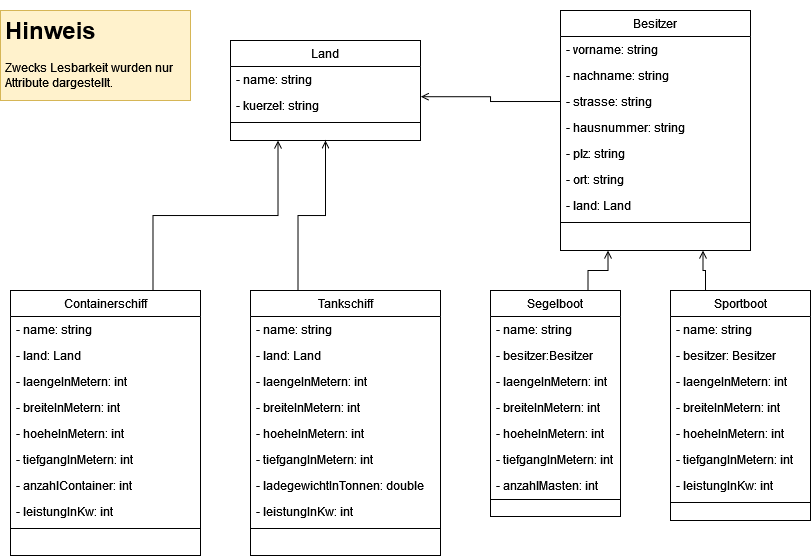
Above: UML-SchiffeUndBoote.drawio.png in gsoTH/iaf_SchiffeUndBoote (draw.io), before the change. Source tidied: cells renumbered, new cells last; positions are measured from the earlier drawing's top-left corner, leaving out a move shared by most shapes.
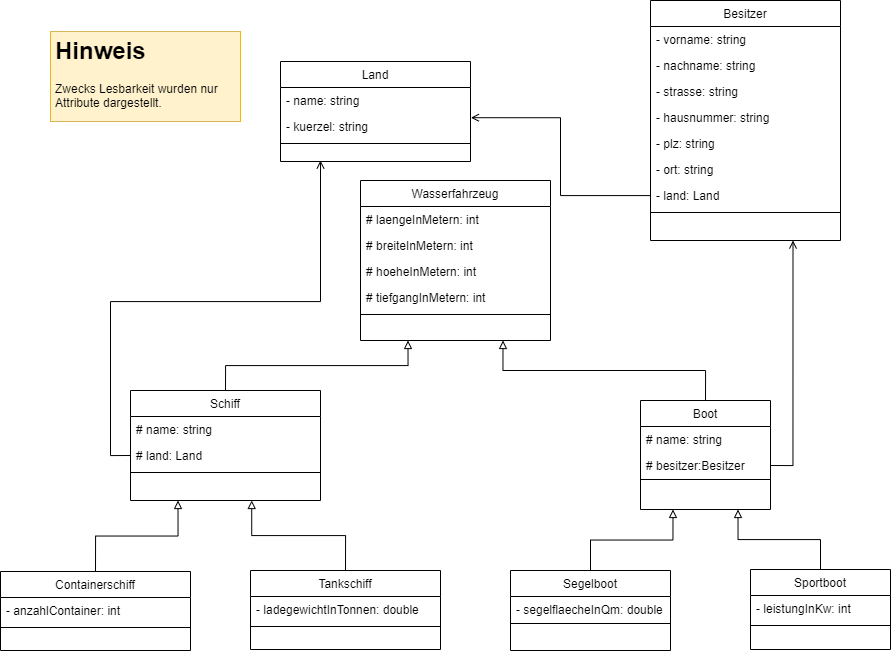
After the change.

Commit message:
Vererbung in UML nachgezogen

The edit, as a diff of the source:
```diff
@@ -2,131 +2,52 @@
   <root>
     <mxCell id="0" />
     <mxCell id="1" parent="0" />
-    <mxCell id="2" style="edgeStyle=orthogonalEdgeStyle;jettySize=auto;html=1;exitX=0.25;exitY=0;exitDx=0;exitDy=0;endArrow=open;endFill=0;rounded=0;entryX=0.5;entryY=1;entryDx=0;entryDy=0;" parent="1" edge="1" source="3" target="44">
-      <mxGeometry relative="1" as="geometry" />
-    </mxCell>
     <mxCell id="3" value="Tankschiff" style="swimlane;fontStyle=0;align=center;verticalAlign=top;horizontal=1;startSize=26;shadow=0;strokeWidth=1;" parent="1" vertex="1">
-      <mxGeometry x="250" y="280" width="190" height="265" as="geometry" />
+      <mxGeometry x="200" y="539" width="190" height="79" as="geometry" />
     </mxCell>
-    <mxCell id="4" value="- name: string" style="text;align=left;verticalAlign=top;spacingLeft=4;spacingRight=4;overflow=hidden;" parent="3" vertex="1">
-      <mxGeometry y="26" width="190" height="26" as="geometry" />
-    </mxCell>
-    <mxCell id="5" value="- land: Land" style="text;align=left;verticalAlign=top;spacingLeft=4;spacingRight=4;overflow=hidden;shadow=0;html=0;" parent="3" vertex="1">
-      <mxGeometry y="52" width="190" height="26" as="geometry" />
-    </mxCell>
-    <mxCell id="6" value="- laengeInMetern: int" style="text;align=left;verticalAlign=top;spacingLeft=4;spacingRight=4;overflow=hidden;shadow=0;html=0;" parent="3" vertex="1">
-      <mxGeometry y="78" width="190" height="26" as="geometry" />
-    </mxCell>
-    <mxCell id="7" value="- breiteInMetern: int" style="text;align=left;verticalAlign=top;spacingLeft=4;spacingRight=4;overflow=hidden;shadow=0;html=0;" parent="3" vertex="1">
-      <mxGeometry y="104" width="190" height="26" as="geometry" />
-    </mxCell>
-    <mxCell id="8" value="- hoeheInMetern: int" style="text;align=left;verticalAlign=top;spacingLeft=4;spacingRight=4;overflow=hidden;shadow=0;html=0;" parent="3" vertex="1">
-      <mxGeometry y="130" width="190" height="26" as="geometry" />
-    </mxCell>
-    <mxCell id="9" value="- tiefgangInMetern: int" style="text;align=left;verticalAlign=top;spacingLeft=4;spacingRight=4;overflow=hidden;shadow=0;html=0;" parent="3" vertex="1">
-      <mxGeometry y="156" width="190" height="26" as="geometry" />
-    </mxCell>
     <mxCell id="10" value="- ladegewichtInTonnen: double" style="text;align=left;verticalAlign=top;spacingLeft=4;spacingRight=4;overflow=hidden;shadow=0;html=0;" parent="3" vertex="1">
-      <mxGeometry y="182" width="190" height="26" as="geometry" />
+      <mxGeometry y="26" width="190" height="26" as="geometry" />
     </mxCell>
-    <mxCell id="11" value="- leistungInKw: int" style="text;align=left;verticalAlign=top;spacingLeft=4;spacingRight=4;overflow=hidden;shadow=0;html=0;" parent="3" vertex="1">
-      <mxGeometry y="208" width="190" height="26" as="geometry" />
-    </mxCell>
     <mxCell id="12" style="line;html=1;strokeWidth=1;align=left;verticalAlign=middle;spacingTop=-1;spacingLeft=3;spacingRight=3;labelPosition=right;" parent="3" vertex="1">
-      <mxGeometry y="234" width="190" height="8" as="geometry" />
+      <mxGeometry y="52" width="190" height="8" as="geometry" />
     </mxCell>
-    <mxCell id="13" style="edgeStyle=orthogonalEdgeStyle;jettySize=auto;html=1;exitX=0.75;exitY=0;exitDx=0;exitDy=0;endArrow=open;endFill=0;rounded=0;entryX=0.25;entryY=1;entryDx=0;entryDy=0;" parent="1" edge="1" source="14" target="44">
-      <mxGeometry relative="1" as="geometry" />
+    <mxCell id="13" style="edgeStyle=orthogonalEdgeStyle;jettySize=auto;html=1;exitX=0;exitY=0.5;exitDx=0;exitDy=0;endArrow=open;endFill=0;rounded=0;" parent="1" edge="1" source="61">
+      <mxGeometry relative="1" as="geometry">
+        <mxPoint x="270" y="129" as="targetPoint" />
+      </mxGeometry>
     </mxCell>
     <mxCell id="14" value="Containerschiff" style="swimlane;fontStyle=0;align=center;verticalAlign=top;horizontal=1;startSize=26;shadow=0;strokeWidth=1;" parent="1" vertex="1">
-      <mxGeometry x="10" y="280" width="190" height="265" as="geometry" />
+      <mxGeometry x="-50" y="540" width="190" height="79" as="geometry" />
     </mxCell>
-    <mxCell id="15" value="- name: string" style="text;align=left;verticalAlign=top;spacingLeft=4;spacingRight=4;overflow=hidden;" parent="14" vertex="1">
-      <mxGeometry y="26" width="190" height="26" as="geometry" />
-    </mxCell>
-    <mxCell id="16" value="- land: Land" style="text;align=left;verticalAlign=top;spacingLeft=4;spacingRight=4;overflow=hidden;shadow=0;html=0;" parent="14" vertex="1">
-      <mxGeometry y="52" width="190" height="26" as="geometry" />
-    </mxCell>
-    <mxCell id="17" value="- laengeInMetern: int" style="text;align=left;verticalAlign=top;spacingLeft=4;spacingRight=4;overflow=hidden;shadow=0;html=0;" parent="14" vertex="1">
-      <mxGeometry y="78" width="190" height="26" as="geometry" />
-    </mxCell>
-    <mxCell id="18" value="- breiteInMetern: int" style="text;align=left;verticalAlign=top;spacingLeft=4;spacingRight=4;overflow=hidden;shadow=0;html=0;" parent="14" vertex="1">
-      <mxGeometry y="104" width="190" height="26" as="geometry" />
-    </mxCell>
-    <mxCell id="19" value="- hoeheInMetern: int" style="text;align=left;verticalAlign=top;spacingLeft=4;spacingRight=4;overflow=hidden;shadow=0;html=0;" parent="14" vertex="1">
-      <mxGeometry y="130" width="190" height="26" as="geometry" />
-    </mxCell>
-    <mxCell id="20" value="- tiefgangInMetern: int" style="text;align=left;verticalAlign=top;spacingLeft=4;spacingRight=4;overflow=hidden;shadow=0;html=0;" parent="14" vertex="1">
-      <mxGeometry y="156" width="190" height="26" as="geometry" />
-    </mxCell>
     <mxCell id="21" value="- anzahlContainer: int" style="text;align=left;verticalAlign=top;spacingLeft=4;spacingRight=4;overflow=hidden;shadow=0;html=0;" parent="14" vertex="1">
-      <mxGeometry y="182" width="190" height="26" as="geometry" />
+      <mxGeometry y="26" width="190" height="26" as="geometry" />
     </mxCell>
-    <mxCell id="22" value="- leistungInKw: int" style="text;align=left;verticalAlign=top;spacingLeft=4;spacingRight=4;overflow=hidden;shadow=0;html=0;" parent="14" vertex="1">
-      <mxGeometry y="208" width="190" height="26" as="geometry" />
-    </mxCell>
     <mxCell id="23" style="line;html=1;strokeWidth=1;align=left;verticalAlign=middle;spacingTop=-1;spacingLeft=3;spacingRight=3;labelPosition=right;" parent="14" vertex="1">
-      <mxGeometry y="234" width="190" height="8" as="geometry" />
+      <mxGeometry y="52" width="190" height="8" as="geometry" />
     </mxCell>
-    <mxCell id="24" style="edgeStyle=orthogonalEdgeStyle;jettySize=auto;html=1;exitX=0.75;exitY=0;exitDx=0;exitDy=0;entryX=0.25;entryY=1;entryDx=0;entryDy=0;endArrow=open;endFill=0;rounded=0;" parent="1" edge="1" source="25" target="48">
+    <mxCell id="24" style="edgeStyle=orthogonalEdgeStyle;jettySize=auto;html=1;exitX=1;exitY=0.5;exitDx=0;exitDy=0;entryX=0.75;entryY=1;entryDx=0;entryDy=0;endArrow=open;endFill=0;rounded=0;" parent="1" edge="1" source="27" target="48">
       <mxGeometry relative="1" as="geometry" />
     </mxCell>
-    <mxCell id="25" value="Segelboot" style="swimlane;fontStyle=0;align=center;verticalAlign=top;horizontal=1;startSize=26;shadow=0;strokeWidth=1;" parent="1" vertex="1">
-      <mxGeometry x="490" y="280" width="130" height="226" as="geometry" />
+    <mxCell id="25" value="Boot" style="swimlane;fontStyle=0;align=center;verticalAlign=top;horizontal=1;startSize=26;shadow=0;strokeWidth=1;" parent="1" vertex="1">
+      <mxGeometry x="590" y="369" width="130" height="109" as="geometry" />
     </mxCell>
-    <mxCell id="26" value="- name: string" style="text;align=left;verticalAlign=top;spacingLeft=4;spacingRight=4;overflow=hidden;" parent="25" vertex="1">
+    <mxCell id="26" value="# name: string" style="text;align=left;verticalAlign=top;spacingLeft=4;spacingRight=4;overflow=hidden;" parent="25" vertex="1">
       <mxGeometry y="26" width="130" height="26" as="geometry" />
     </mxCell>
-    <mxCell id="27" value="- besitzer:Besitzer" style="text;align=left;verticalAlign=top;spacingLeft=4;spacingRight=4;overflow=hidden;points=[[0,0.5],[1,0.5]];portConstraint=eastwest;shadow=0;html=0;" parent="25" vertex="1">
+    <mxCell id="27" value="# besitzer:Besitzer" style="text;align=left;verticalAlign=top;spacingLeft=4;spacingRight=4;overflow=hidden;points=[[0,0.5],[1,0.5]];portConstraint=eastwest;shadow=0;html=0;" parent="25" vertex="1">
       <mxGeometry y="52" width="130" height="26" as="geometry" />
     </mxCell>
-    <mxCell id="28" value="- laengeInMetern: int" style="text;align=left;verticalAlign=top;spacingLeft=4;spacingRight=4;overflow=hidden;shadow=0;html=0;" parent="25" vertex="1">
-      <mxGeometry y="78" width="130" height="26" as="geometry" />
-    </mxCell>
-    <mxCell id="29" value="- breiteInMetern: int" style="text;align=left;verticalAlign=top;spacingLeft=4;spacingRight=4;overflow=hidden;shadow=0;html=0;" parent="25" vertex="1">
-      <mxGeometry y="104" width="130" height="26" as="geometry" />
-    </mxCell>
-    <mxCell id="30" value="- hoeheInMetern: int" style="text;align=left;verticalAlign=top;spacingLeft=4;spacingRight=4;overflow=hidden;shadow=0;html=0;" parent="25" vertex="1">
-      <mxGeometry y="130" width="130" height="26" as="geometry" />
-    </mxCell>
-    <mxCell id="31" value="- tiefgangInMetern: int" style="text;align=left;verticalAlign=top;spacingLeft=4;spacingRight=4;overflow=hidden;shadow=0;html=0;" parent="25" vertex="1">
-      <mxGeometry y="156" width="130" height="26" as="geometry" />
-    </mxCell>
-    <mxCell id="32" value="- anzahlMasten: int" style="text;align=left;verticalAlign=top;spacingLeft=4;spacingRight=4;overflow=hidden;shadow=0;html=0;" parent="25" vertex="1">
-      <mxGeometry y="182" width="130" height="26" as="geometry" />
-    </mxCell>
     <mxCell id="33" style="line;html=1;strokeWidth=1;align=left;verticalAlign=middle;spacingTop=-1;spacingLeft=3;spacingRight=3;labelPosition=right;" parent="25" vertex="1">
-      <mxGeometry y="208" width="130" height="2" as="geometry" />
+      <mxGeometry y="78" width="130" height="2" as="geometry" />
     </mxCell>
-    <mxCell id="34" style="edgeStyle=orthogonalEdgeStyle;jettySize=auto;html=1;exitX=0.25;exitY=0;exitDx=0;exitDy=0;entryX=0.75;entryY=1;entryDx=0;entryDy=0;endArrow=open;endFill=0;rounded=0;" parent="1" edge="1" source="35" target="48">
-      <mxGeometry relative="1" as="geometry" />
-    </mxCell>
     <mxCell id="35" value="Sportboot" style="swimlane;fontStyle=0;align=center;verticalAlign=top;horizontal=1;startSize=26;shadow=0;strokeWidth=1;" parent="1" vertex="1">
-      <mxGeometry x="670" y="280" width="140" height="230" as="geometry" />
+      <mxGeometry x="700" y="538" width="140" height="80" as="geometry" />
     </mxCell>
-    <mxCell id="36" value="- name: string" style="text;align=left;verticalAlign=top;spacingLeft=4;spacingRight=4;overflow=hidden;" parent="35" vertex="1">
-      <mxGeometry y="26" width="140" height="26" as="geometry" />
-    </mxCell>
-    <mxCell id="37" value="- besitzer: Besitzer" style="text;align=left;verticalAlign=top;spacingLeft=4;spacingRight=4;overflow=hidden;shadow=0;html=0;" parent="35" vertex="1">
-      <mxGeometry y="52" width="140" height="26" as="geometry" />
-    </mxCell>
-    <mxCell id="38" value="- laengeInMetern: int" style="text;align=left;verticalAlign=top;spacingLeft=4;spacingRight=4;overflow=hidden;shadow=0;html=0;" parent="35" vertex="1">
-      <mxGeometry y="78" width="140" height="26" as="geometry" />
-    </mxCell>
-    <mxCell id="39" value="- breiteInMetern: int" style="text;align=left;verticalAlign=top;spacingLeft=4;spacingRight=4;overflow=hidden;shadow=0;html=0;" parent="35" vertex="1">
-      <mxGeometry y="104" width="140" height="26" as="geometry" />
-    </mxCell>
-    <mxCell id="40" value="- hoeheInMetern: int" style="text;align=left;verticalAlign=top;spacingLeft=4;spacingRight=4;overflow=hidden;shadow=0;html=0;" parent="35" vertex="1">
-      <mxGeometry y="130" width="140" height="26" as="geometry" />
-    </mxCell>
-    <mxCell id="41" value="- tiefgangInMetern: int" style="text;align=left;verticalAlign=top;spacingLeft=4;spacingRight=4;overflow=hidden;shadow=0;html=0;" parent="35" vertex="1">
-      <mxGeometry y="156" width="140" height="26" as="geometry" />
-    </mxCell>
     <mxCell id="42" value="- leistungInKw: int" style="text;align=left;verticalAlign=top;spacingLeft=4;spacingRight=4;overflow=hidden;shadow=0;html=0;" parent="35" vertex="1">
-      <mxGeometry y="182" width="140" height="26" as="geometry" />
+      <mxGeometry y="26" width="140" height="26" as="geometry" />
     </mxCell>
     <mxCell id="43" style="line;html=1;strokeWidth=1;align=left;verticalAlign=middle;spacingTop=-1;spacingLeft=3;spacingRight=3;labelPosition=right;" parent="35" vertex="1">
-      <mxGeometry y="208" width="140" height="8" as="geometry" />
+      <mxGeometry y="52" width="140" height="8" as="geometry" />
     </mxCell>
     <mxCell id="44" value="Land" style="swimlane;fontStyle=0;align=center;verticalAlign=top;horizontal=1;startSize=26;shadow=0;strokeWidth=1;" parent="1" vertex="1">
       <mxGeometry x="230" y="30" width="190" height="100" as="geometry" />
@@ -141,7 +62,7 @@
       <mxGeometry y="78" width="190" height="8" as="geometry" />
     </mxCell>
     <mxCell id="48" value="Besitzer" style="swimlane;fontStyle=0;align=center;verticalAlign=top;horizontal=1;startSize=26;shadow=0;strokeWidth=1;" parent="1" vertex="1">
-      <mxGeometry x="560" width="190" height="240" as="geometry" />
+      <mxGeometry x="600" y="-31" width="190" height="240" as="geometry" />
     </mxCell>
     <mxCell id="49" value="- vorname: string" style="text;align=left;verticalAlign=top;spacingLeft=4;spacingRight=4;overflow=hidden;" parent="48" vertex="1">
       <mxGeometry y="26" width="190" height="26" as="geometry" />
@@ -167,11 +88,70 @@
     <mxCell id="56" style="line;html=1;strokeWidth=1;align=left;verticalAlign=middle;spacingTop=-1;spacingLeft=3;spacingRight=3;labelPosition=right;" parent="48" vertex="1">
       <mxGeometry y="208" width="190" height="8" as="geometry" />
     </mxCell>
-    <mxCell id="57" style="edgeStyle=orthogonalEdgeStyle;jettySize=auto;html=1;exitX=0;exitY=0.5;exitDx=0;exitDy=0;entryX=1.002;entryY=0.162;entryDx=0;entryDy=0;entryPerimeter=0;endArrow=open;endFill=0;rounded=0;" parent="1" edge="1" source="51" target="46">
+    <mxCell id="57" style="edgeStyle=orthogonalEdgeStyle;jettySize=auto;html=1;exitX=0;exitY=0.5;exitDx=0;exitDy=0;entryX=1.002;entryY=0.162;entryDx=0;entryDy=0;entryPerimeter=0;endArrow=open;endFill=0;rounded=0;" parent="1" edge="1" source="55" target="46">
       <mxGeometry relative="1" as="geometry" />
     </mxCell>
-    <mxCell id="58" value="&lt;h1&gt;Hinweis&lt;/h1&gt;&lt;p&gt;Zwecks Lesbarkeit wurden nur Attribute dargestellt. &lt;br&gt;&lt;/p&gt;" style="text;html=1;strokeColor=#d6b656;fillColor=#fff2cc;spacing=5;spacingTop=-20;whiteSpace=wrap;overflow=hidden;rounded=0;fillStyle=auto;" parent="1" vertex="1">
+    <mxCell id="58" value="&lt;h1&gt;Hinweis&lt;/h1&gt;&lt;p&gt;Zwecks Lesbarkeit wurden nur Attribute dargestellt.&amp;nbsp;&lt;/p&gt;&lt;p&gt;Jede Klasse enthält Konstruktoren und u jedem Attribut existieren Eigenschaften {get;set;}.&lt;br&gt;&lt;/p&gt;" style="text;html=1;strokeColor=#d6b656;fillColor=#fff2cc;spacing=5;spacingTop=-20;whiteSpace=wrap;overflow=hidden;rounded=0;fillStyle=auto;" parent="1" vertex="1">
       <mxGeometry width="190" height="90" as="geometry" />
     </mxCell>
+    <mxCell id="59" value="Schiff" style="swimlane;fontStyle=0;align=center;verticalAlign=top;horizontal=1;startSize=26;shadow=0;strokeWidth=1;" parent="1" vertex="1">
+      <mxGeometry x="80" y="359" width="190" height="110" as="geometry" />
+    </mxCell>
+    <mxCell id="60" value="# name: string" style="text;align=left;verticalAlign=top;spacingLeft=4;spacingRight=4;overflow=hidden;" parent="59" vertex="1">
+      <mxGeometry y="26" width="190" height="26" as="geometry" />
+    </mxCell>
+    <mxCell id="61" value="# land: Land" style="text;align=left;verticalAlign=top;spacingLeft=4;spacingRight=4;overflow=hidden;points=[[0,0.5],[1,0.5]];portConstraint=eastwest;shadow=0;html=0;" parent="59" vertex="1">
+      <mxGeometry y="52" width="190" height="26" as="geometry" />
+    </mxCell>
+    <mxCell id="62" style="line;html=1;strokeWidth=1;align=left;verticalAlign=middle;spacingTop=-1;spacingLeft=3;spacingRight=3;labelPosition=right;" parent="59" vertex="1">
+      <mxGeometry y="78" width="190" height="8" as="geometry" />
+    </mxCell>
+    <mxCell id="63" value="Wasserfahrzeug" style="swimlane;fontStyle=0;align=center;verticalAlign=top;horizontal=1;startSize=26;shadow=0;strokeWidth=1;" parent="1" vertex="1">
+      <mxGeometry x="310" y="149" width="190" height="160" as="geometry" />
+    </mxCell>
+    <mxCell id="64" value="# laengeInMetern: int" style="text;align=left;verticalAlign=top;spacingLeft=4;spacingRight=4;overflow=hidden;shadow=0;html=0;" parent="63" vertex="1">
+      <mxGeometry y="26" width="190" height="26" as="geometry" />
+    </mxCell>
+    <mxCell id="65" value="# breiteInMetern: int" style="text;align=left;verticalAlign=top;spacingLeft=4;spacingRight=4;overflow=hidden;shadow=0;html=0;" parent="63" vertex="1">
+      <mxGeometry y="52" width="190" height="26" as="geometry" />
+    </mxCell>
+    <mxCell id="66" value="# hoeheInMetern: int" style="text;align=left;verticalAlign=top;spacingLeft=4;spacingRight=4;overflow=hidden;shadow=0;html=0;" parent="63" vertex="1">
+      <mxGeometry y="78" width="190" height="26" as="geometry" />
+    </mxCell>
+    <mxCell id="67" value="# tiefgangInMetern: int" style="text;align=left;verticalAlign=top;spacingLeft=4;spacingRight=4;overflow=hidden;shadow=0;html=0;" parent="63" vertex="1">
+      <mxGeometry y="104" width="190" height="26" as="geometry" />
+    </mxCell>
+    <mxCell id="68" style="line;html=1;strokeWidth=1;align=left;verticalAlign=middle;spacingTop=-1;spacingLeft=3;spacingRight=3;labelPosition=right;" parent="63" vertex="1">
+      <mxGeometry y="130" width="190" height="8" as="geometry" />
+    </mxCell>
+    <mxCell id="69" value="Segelboot" style="swimlane;fontStyle=0;align=center;verticalAlign=top;horizontal=1;startSize=26;shadow=0;strokeWidth=1;" parent="1" vertex="1">
+      <mxGeometry x="460" y="539" width="160" height="80" as="geometry" />
+    </mxCell>
+    <mxCell id="70" value="- segelflaecheInQm: double" style="text;align=left;verticalAlign=top;spacingLeft=4;spacingRight=4;overflow=hidden;shadow=0;html=0;" parent="69" vertex="1">
+      <mxGeometry y="26" width="160" height="26" as="geometry" />
+    </mxCell>
+    <mxCell id="71" style="line;html=1;strokeWidth=1;align=left;verticalAlign=middle;spacingTop=-1;spacingLeft=3;spacingRight=3;labelPosition=right;" parent="69" vertex="1">
+      <mxGeometry y="52" width="160" height="2" as="geometry" />
+    </mxCell>
+    <mxCell id="72" style="endArrow=block;html=1;rounded=0;exitX=0.5;exitY=0;exitDx=0;exitDy=0;entryX=0.75;entryY=1;entryDx=0;entryDy=0;endFill=0;edgeStyle=orthogonalEdgeStyle;" parent="1" edge="1" source="25" target="63">
+      <mxGeometry relative="1" as="geometry" />
+    </mxCell>
+    <mxCell id="73" style="endArrow=block;html=1;rounded=0;exitX=0.5;exitY=0;exitDx=0;exitDy=0;entryX=0.25;entryY=1;entryDx=0;entryDy=0;endFill=0;edgeStyle=orthogonalEdgeStyle;" parent="1" edge="1" source="59" target="63">
+      <mxGeometry relative="1" as="geometry" />
+    </mxCell>
+    <mxCell id="74" style="endArrow=block;html=1;rounded=0;exitX=0.5;exitY=0;exitDx=0;exitDy=0;entryX=0.25;entryY=1;entryDx=0;entryDy=0;endFill=0;edgeStyle=orthogonalEdgeStyle;" parent="1" edge="1" source="14" target="59">
+      <mxGeometry relative="1" as="geometry" />
+    </mxCell>
+    <mxCell id="75" style="endArrow=block;html=1;rounded=0;exitX=0.5;exitY=0;exitDx=0;exitDy=0;entryX=0.25;entryY=1;entryDx=0;entryDy=0;endFill=0;edgeStyle=orthogonalEdgeStyle;" parent="1" edge="1" source="3">
+      <mxGeometry relative="1" as="geometry">
+        <mxPoint x="201.2" y="469" as="targetPoint" />
+      </mxGeometry>
+    </mxCell>
+    <mxCell id="76" style="endArrow=block;html=1;rounded=0;exitX=0.5;exitY=0;exitDx=0;exitDy=0;entryX=0.25;entryY=1;entryDx=0;entryDy=0;endFill=0;edgeStyle=orthogonalEdgeStyle;" parent="1" edge="1" source="69" target="25">
+      <mxGeometry relative="1" as="geometry" />
+    </mxCell>
+    <mxCell id="77" style="endArrow=block;html=1;rounded=0;exitX=0.5;exitY=0;exitDx=0;exitDy=0;entryX=0.75;entryY=1;entryDx=0;entryDy=0;endFill=0;edgeStyle=orthogonalEdgeStyle;" parent="1" edge="1" source="35" target="25">
+      <mxGeometry relative="1" as="geometry" />
+    </mxCell>
   </root>
 </mxGraphModel>
```
